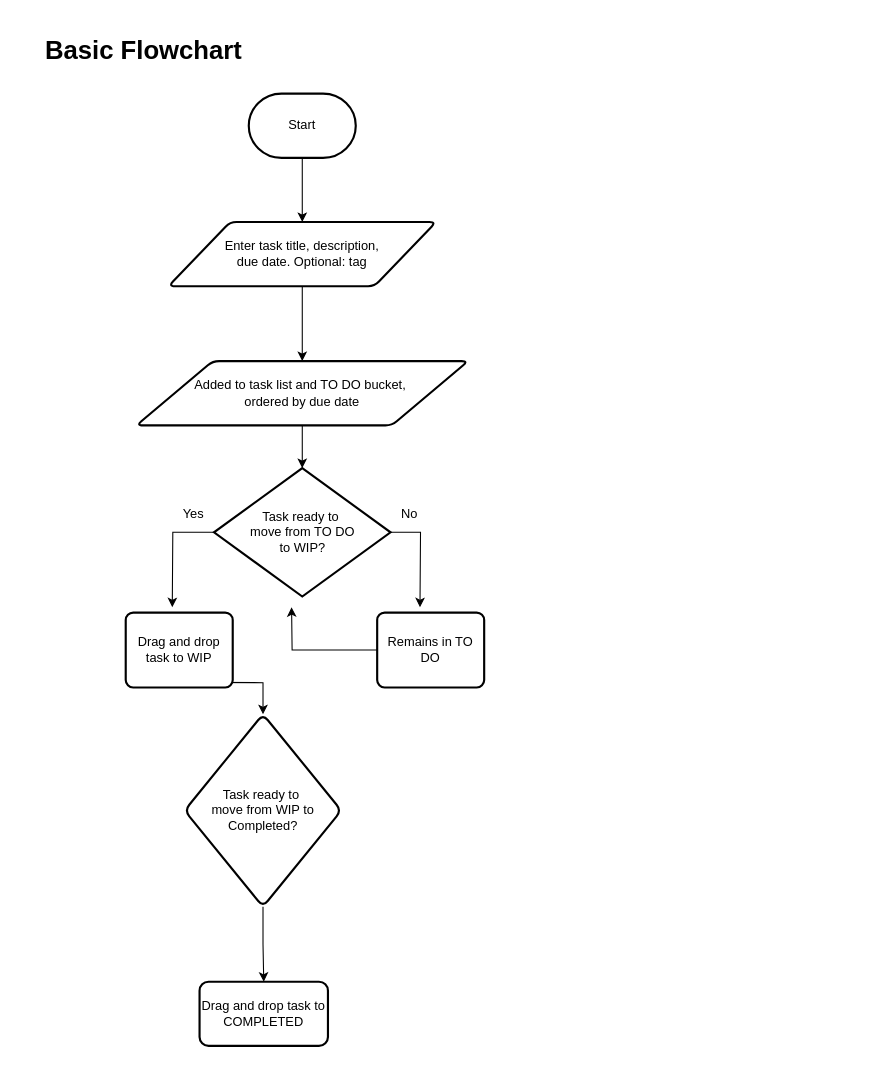
This is Untitled Diagram.drawio from prahdigy/CPSC-362-Group-7-Task-Management-System-, a draw.io file, before an edit. Source tidied: cells renumbered, new cells numbered last; positions are measured from the earlier drawing's top-left corner, leaving out a move shared by most shapes. Both pictures are drawn from the tidied source at 107%, with x=0, y=0 at pixel (40, 29).
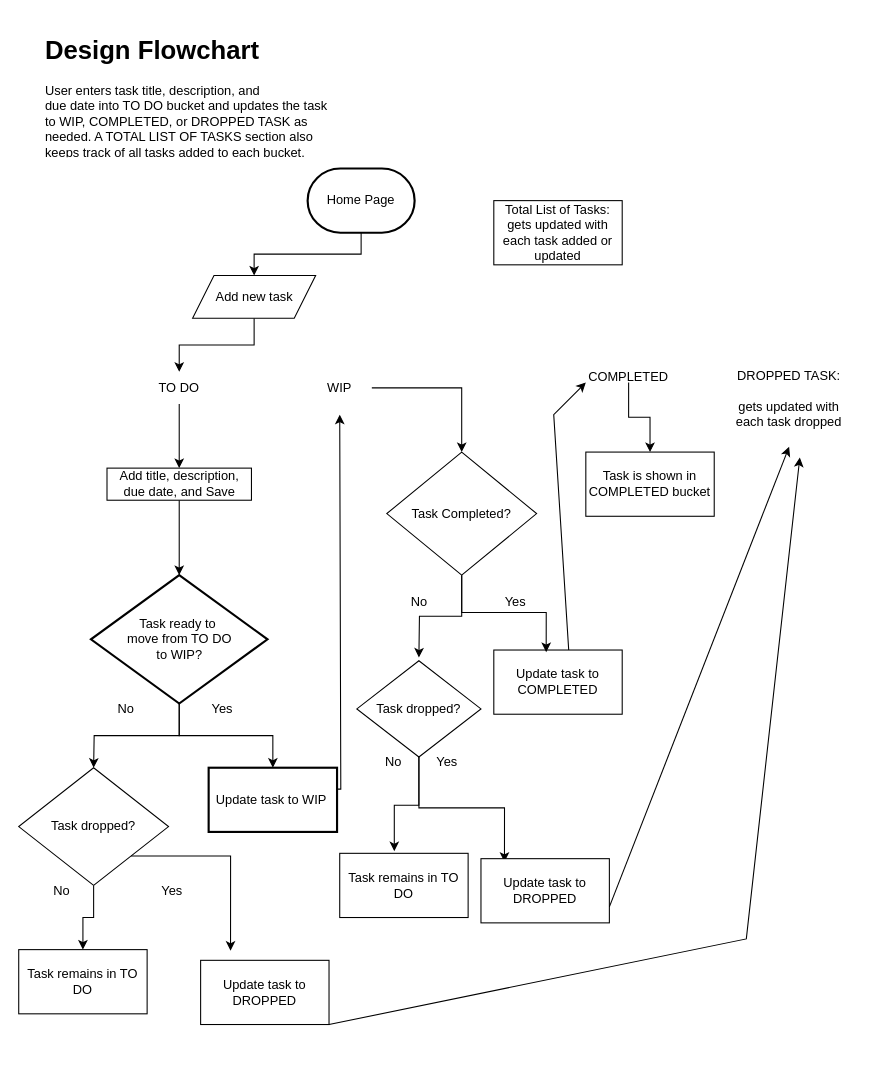
The same page after the edit.

Change to the diagram source:
```diff
@@
-    <mxCell id="2" value="&lt;h1&gt;Basic Flowchart&lt;/h1&gt;&lt;p&gt;&lt;br&gt;&lt;/p&gt;&lt;p&gt;&lt;br&gt;&lt;/p&gt;" style="text;html=1;spacing=5;spacingTop=-20;whiteSpace=wrap;overflow=hidden;rounded=0;" parent="1" vertex="1">
-      <mxGeometry width="280" height="40" as="geometry" />
+    <mxCell id="2" value="&lt;h1&gt;Design Flowchart&lt;/h1&gt;&lt;div&gt;User enters task title, description, and&lt;br style=&quot;border-color: var(--border-color); text-align: center;&quot;&gt;&lt;span style=&quot;text-align: center;&quot;&gt;due date into TO DO bucket and updates the task to WIP, COMPLETED, or DROPPED TASK as needed. A TOTAL LIST OF TASKS section also keeps track of all tasks added to each bucket.&lt;/span&gt;&lt;br&gt;&lt;/div&gt;&lt;p&gt;&lt;br&gt;&lt;/p&gt;&lt;p&gt;&lt;br&gt;&lt;/p&gt;" style="text;html=1;spacing=5;spacingTop=-20;whiteSpace=wrap;overflow=hidden;rounded=0;" parent="1" vertex="1">
+      <mxGeometry width="280" height="120" as="geometry" />
     </mxCell>
-    <mxCell id="3" style="edgeStyle=orthogonalEdgeStyle;rounded=0;jettySize=auto;html=1;entryX=0.75;entryY=0;entryDx=0;entryDy=0;" parent="1" edge="1" source="5">
-      <mxGeometry relative="1" as="geometry">
-        <mxPoint x="123.5" y="540" as="targetPoint" />
-      </mxGeometry>
-    </mxCell>
-    <mxCell id="4" style="edgeStyle=orthogonalEdgeStyle;rounded=0;jettySize=auto;html=1;" parent="1" edge="1" source="5">
-      <mxGeometry relative="1" as="geometry">
-        <mxPoint x="355" y="540" as="targetPoint" />
-      </mxGeometry>
-    </mxCell>
+    <mxCell id="21" style="edgeStyle=orthogonalEdgeStyle;rounded=0;jettySize=auto;html=1;" parent="1" edge="1" source="5" target="36">
+      <mxGeometry relative="1" as="geometry" />
+    </mxCell>
+    <mxCell id="22" style="edgeStyle=orthogonalEdgeStyle;rounded=0;jettySize=auto;html=1;" parent="1" edge="1" source="5">
+      <mxGeometry relative="1" as="geometry">
+        <mxPoint x="50" y="690" as="targetPoint" />
+      </mxGeometry>
+    </mxCell>
     <mxCell id="5" value="Task ready to&amp;nbsp;&lt;br&gt;move from TO DO &lt;br&gt;to WIP?" style="strokeWidth=2;html=1;shape=mxgraph.flowchart.decision;whiteSpace=wrap;" parent="1" vertex="1">
-      <mxGeometry x="162.5" y="410" width="165" height="120" as="geometry" />
+      <mxGeometry x="47.5" y="510" width="165" height="120" as="geometry" />
     </mxCell>
-    <mxCell id="6" style="edgeStyle=orthogonalEdgeStyle;rounded=0;jettySize=auto;html=1;" parent="1" edge="1" source="7" target="9">
-      <mxGeometry relative="1" as="geometry" />
-    </mxCell>
+    <mxCell id="23" style="edgeStyle=orthogonalEdgeStyle;rounded=0;jettySize=auto;html=1;" parent="1" edge="1" source="7" target="32">
+      <mxGeometry relative="1" as="geometry" />
+    </mxCell>
-    <mxCell id="7" value="Start" style="strokeWidth=2;html=1;shape=mxgraph.flowchart.terminator;whiteSpace=wrap;" parent="1" vertex="1">
-      <mxGeometry x="195" y="60" width="100" height="60" as="geometry" />
+    <mxCell id="7" value="Home Page" style="strokeWidth=2;html=1;shape=mxgraph.flowchart.terminator;whiteSpace=wrap;" parent="1" vertex="1">
+      <mxGeometry x="250" y="130" width="100" height="60" as="geometry" />
     </mxCell>
-    <mxCell id="8" style="edgeStyle=orthogonalEdgeStyle;rounded=0;jettySize=auto;html=1;" parent="1" edge="1" source="9" target="11">
-      <mxGeometry relative="1" as="geometry" />
-    </mxCell>
-    <mxCell id="9" value="Enter task title, description, &lt;br&gt;due date. Optional: tag" style="shape=parallelogram;html=1;strokeWidth=2;perimeter=parallelogramPerimeter;whiteSpace=wrap;rounded=1;arcSize=12;size=0.23;" parent="1" vertex="1">
-      <mxGeometry x="120" y="180" width="250" height="60" as="geometry" />
-    </mxCell>
-    <mxCell id="10" style="edgeStyle=orthogonalEdgeStyle;rounded=0;jettySize=auto;html=1;" parent="1" edge="1" source="11" target="5">
-      <mxGeometry relative="1" as="geometry" />
-    </mxCell>
-    <mxCell id="11" value="Added to task list and TO DO bucket,&amp;nbsp;&lt;br&gt;ordered by due date" style="shape=parallelogram;html=1;strokeWidth=2;perimeter=parallelogramPerimeter;whiteSpace=wrap;rounded=1;arcSize=12;size=0.23;" parent="1" vertex="1">
-      <mxGeometry x="90" y="310" width="310" height="60" as="geometry" />
-    </mxCell>
-    <mxCell id="12" style="edgeStyle=orthogonalEdgeStyle;rounded=0;jettySize=auto;html=1;" parent="1" edge="1" target="19">
-      <mxGeometry relative="1" as="geometry">
-        <mxPoint x="98.5" y="610" as="sourcePoint" />
-      </mxGeometry>
-    </mxCell>
-    <mxCell id="13" value="Drag and drop task to WIP" style="rounded=1;whiteSpace=wrap;html=1;absoluteArcSize=1;arcSize=14;strokeWidth=2;" parent="1" vertex="1">
-      <mxGeometry x="80" y="545" width="100" height="70" as="geometry" />
-    </mxCell>
-    <mxCell id="14" style="edgeStyle=orthogonalEdgeStyle;rounded=0;jettySize=auto;html=1;" parent="1" edge="1" source="15">
-      <mxGeometry relative="1" as="geometry">
-        <mxPoint x="235" y="540" as="targetPoint" />
-      </mxGeometry>
-    </mxCell>
-    <mxCell id="15" value="Remains in TO DO" style="rounded=1;whiteSpace=wrap;html=1;absoluteArcSize=1;arcSize=14;strokeWidth=2;" parent="1" vertex="1">
-      <mxGeometry x="315" y="545" width="100" height="70" as="geometry" />
-    </mxCell>
+    <mxCell id="17" value="No" style="text;html=1;align=center;verticalAlign=middle;strokeColor=none;fillColor=none;" parent="1" vertex="1">
+      <mxGeometry x="60" y="620" width="40" height="30" as="geometry" />
+    </mxCell>
+    <mxCell id="24" style="edgeStyle=orthogonalEdgeStyle;rounded=0;jettySize=auto;html=1;" parent="1" edge="1" source="25" target="38">
+      <mxGeometry relative="1" as="geometry" />
+    </mxCell>
+    <mxCell id="25" value="WIP" style="text;html=1;align=center;verticalAlign=middle;whiteSpace=wrap;rounded=0;" parent="1" vertex="1">
+      <mxGeometry x="250" y="320" width="60" height="30" as="geometry" />
+    </mxCell>
+    <mxCell id="26" style="edgeStyle=orthogonalEdgeStyle;rounded=0;jettySize=auto;html=1;" parent="1" edge="1" source="27" target="34">
+      <mxGeometry relative="1" as="geometry" />
+    </mxCell>
+    <mxCell id="27" value="TO DO" style="text;html=1;align=center;verticalAlign=middle;whiteSpace=wrap;rounded=0;" parent="1" vertex="1">
+      <mxGeometry x="100" y="320" width="60" height="30" as="geometry" />
+    </mxCell>
+    <mxCell id="28" style="edgeStyle=orthogonalEdgeStyle;rounded=0;jettySize=auto;html=1;" parent="1" edge="1" source="29" target="58">
+      <mxGeometry relative="1" as="geometry" />
+    </mxCell>
+    <mxCell id="29" value="COMPLETED" style="text;html=1;align=center;verticalAlign=middle;whiteSpace=wrap;rounded=0;" parent="1" vertex="1">
+      <mxGeometry x="520" y="320" width="60" height="10" as="geometry" />
+    </mxCell>
+    <mxCell id="30" value="DROPPED TASK:&lt;br&gt;&lt;br&gt;gets updated with each task dropped" style="text;html=1;align=center;verticalAlign=middle;whiteSpace=wrap;rounded=0;" parent="1" vertex="1">
+      <mxGeometry x="640" y="330" width="120" height="30" as="geometry" />
+    </mxCell>
+    <mxCell id="31" style="edgeStyle=orthogonalEdgeStyle;rounded=0;jettySize=auto;html=1;" parent="1" edge="1" source="32" target="27">
+      <mxGeometry relative="1" as="geometry" />
+    </mxCell>
+    <mxCell id="32" value="Add new task" style="shape=parallelogram;perimeter=parallelogramPerimeter;whiteSpace=wrap;html=1;fixedSize=1;" parent="1" vertex="1">
+      <mxGeometry x="142.5" y="230" width="115" height="40" as="geometry" />
+    </mxCell>
+    <mxCell id="33" style="edgeStyle=orthogonalEdgeStyle;rounded=0;jettySize=auto;html=1;" parent="1" edge="1" source="34" target="5">
+      <mxGeometry relative="1" as="geometry" />
+    </mxCell>
+    <mxCell id="34" value="Add title, description, due date, and Save" style="rounded=0;whiteSpace=wrap;html=1;" parent="1" vertex="1">
+      <mxGeometry x="62.5" y="410" width="135" height="30" as="geometry" />
+    </mxCell>
     <mxCell id="16" value="Yes" style="text;html=1;align=center;verticalAlign=middle;strokeColor=none;fillColor=none;" parent="1" vertex="1">
-      <mxGeometry x="122.5" y="438" width="40" height="30" as="geometry" />
+      <mxGeometry x="150" y="620" width="40" height="30" as="geometry" />
     </mxCell>
-    <mxCell id="17" value="No" style="text;html=1;align=center;verticalAlign=middle;strokeColor=none;fillColor=none;" parent="1" vertex="1">
-      <mxGeometry x="325" y="438" width="40" height="30" as="geometry" />
-    </mxCell>
-    <mxCell id="18" style="edgeStyle=orthogonalEdgeStyle;rounded=0;jettySize=auto;html=1;" parent="1" edge="1" source="19" target="20">
-      <mxGeometry relative="1" as="geometry" />
-    </mxCell>
-    <mxCell id="19" value="Task ready to&amp;nbsp;&lt;br style=&quot;border-color: var(--border-color);&quot;&gt;move from WIP to Completed?" style="rhombus;whiteSpace=wrap;html=1;rounded=1;arcSize=14;strokeWidth=2;" parent="1" vertex="1">
-      <mxGeometry x="135" y="640" width="146.5" height="180" as="geometry" />
-    </mxCell>
-    <mxCell id="20" value="Drag and drop task to COMPLETED" style="whiteSpace=wrap;html=1;rounded=1;arcSize=14;strokeWidth=2;" parent="1" vertex="1">
-      <mxGeometry x="149" y="890" width="120" height="60" as="geometry" />
-    </mxCell>
+    <mxCell id="35" style="edgeStyle=orthogonalEdgeStyle;rounded=0;jettySize=auto;html=1;" parent="1" edge="1" source="36">
+      <mxGeometry relative="1" as="geometry">
+        <mxPoint x="280" y="360" as="targetPoint" />
+        <Array as="points">
+          <mxPoint x="281" y="710" />
+        </Array>
+      </mxGeometry>
+    </mxCell>
+    <mxCell id="36" value="Update task to WIP&amp;nbsp;" style="whiteSpace=wrap;html=1;strokeWidth=2;" parent="1" vertex="1">
+      <mxGeometry x="157.5" y="690" width="120" height="60" as="geometry" />
+    </mxCell>
+    <mxCell id="37" value="Total List of Tasks:&lt;br&gt;gets updated with each task added or updated" style="rounded=0;whiteSpace=wrap;html=1;" parent="1" vertex="1">
+      <mxGeometry x="424" y="160" width="120" height="60" as="geometry" />
+    </mxCell>
+    <mxCell id="38" value="Task Completed?" style="rhombus;whiteSpace=wrap;html=1;" parent="1" vertex="1">
+      <mxGeometry x="324" y="395" width="140" height="115" as="geometry" />
+    </mxCell>
+    <mxCell id="39" style="edgeStyle=orthogonalEdgeStyle;rounded=0;jettySize=auto;html=1;" parent="1" edge="1" source="40" target="41">
+      <mxGeometry relative="1" as="geometry" />
+    </mxCell>
+    <mxCell id="40" value="Task dropped?" style="rhombus;whiteSpace=wrap;html=1;" parent="1" vertex="1">
+      <mxGeometry x="-20" y="690" width="140" height="110" as="geometry" />
+    </mxCell>
+    <mxCell id="41" value="Task remains in TO DO" style="whiteSpace=wrap;html=1;" parent="1" vertex="1">
+      <mxGeometry x="-20" y="860" width="120" height="60" as="geometry" />
+    </mxCell>
+    <mxCell id="42" style="edgeStyle=orthogonalEdgeStyle;rounded=0;jettySize=auto;html=1;exitX=1;exitY=1;exitDx=0;exitDy=0;entryX=0.233;entryY=-0.15;entryDx=0;entryDy=0;entryPerimeter=0;" parent="1" edge="1" source="40" target="56">
+      <mxGeometry relative="1" as="geometry" />
+    </mxCell>
+    <mxCell id="43" value="No" style="text;html=1;align=center;verticalAlign=middle;strokeColor=none;fillColor=none;" parent="1" vertex="1">
+      <mxGeometry y="790" width="40" height="30" as="geometry" />
+    </mxCell>
+    <mxCell id="44" value="Yes" style="text;html=1;align=center;verticalAlign=middle;strokeColor=none;fillColor=none;" parent="1" vertex="1">
+      <mxGeometry x="102.5" y="790" width="40" height="30" as="geometry" />
+    </mxCell>
+    <mxCell id="45" value="No" style="text;html=1;align=center;verticalAlign=middle;strokeColor=none;fillColor=none;" parent="1" vertex="1">
+      <mxGeometry x="334" y="520" width="40" height="30" as="geometry" />
+    </mxCell>
+    <mxCell id="46" value="Yes" style="text;html=1;align=center;verticalAlign=middle;strokeColor=none;fillColor=none;" parent="1" vertex="1">
+      <mxGeometry x="424" y="520" width="40" height="30" as="geometry" />
+    </mxCell>
+    <mxCell id="47" value="Update task to COMPLETED" style="whiteSpace=wrap;html=1;" parent="1" vertex="1">
+      <mxGeometry x="424" y="580" width="120" height="60" as="geometry" />
+    </mxCell>
+    <mxCell id="48" style="edgeStyle=orthogonalEdgeStyle;rounded=0;jettySize=auto;html=1;exitX=0.5;exitY=1;exitDx=0;exitDy=0;entryX=0.5;entryY=0.117;entryDx=0;entryDy=0;entryPerimeter=0;" parent="1" edge="1" source="38">
+      <mxGeometry relative="1" as="geometry">
+        <mxPoint x="354" y="587" as="targetPoint" />
+      </mxGeometry>
+    </mxCell>
+    <mxCell id="49" style="edgeStyle=orthogonalEdgeStyle;rounded=0;jettySize=auto;html=1;exitX=0.5;exitY=1;exitDx=0;exitDy=0;entryX=0.408;entryY=0.033;entryDx=0;entryDy=0;entryPerimeter=0;" parent="1" edge="1" source="38" target="47">
+      <mxGeometry relative="1" as="geometry" />
+    </mxCell>
+    <mxCell id="50" style="edgeStyle=orthogonalEdgeStyle;rounded=0;jettySize=auto;html=1;exitX=0.5;exitY=1;exitDx=0;exitDy=0;entryX=0.425;entryY=-0.033;entryDx=0;entryDy=0;entryPerimeter=0;" parent="1" edge="1" source="52" target="55">
+      <mxGeometry relative="1" as="geometry" />
+    </mxCell>
+    <mxCell id="51" style="edgeStyle=orthogonalEdgeStyle;rounded=0;jettySize=auto;html=1;exitX=0.5;exitY=1;exitDx=0;exitDy=0;entryX=0.183;entryY=0.05;entryDx=0;entryDy=0;entryPerimeter=0;" parent="1" edge="1" source="52" target="57">
+      <mxGeometry relative="1" as="geometry" />
+    </mxCell>
+    <mxCell id="52" value="Task dropped?" style="rhombus;whiteSpace=wrap;html=1;" parent="1" vertex="1">
+      <mxGeometry x="296" y="590" width="116" height="90" as="geometry" />
+    </mxCell>
+    <mxCell id="53" value="No" style="text;html=1;align=center;verticalAlign=middle;strokeColor=none;fillColor=none;" parent="1" vertex="1">
+      <mxGeometry x="310" y="670" width="40" height="30" as="geometry" />
+    </mxCell>
+    <mxCell id="54" value="Yes" style="text;html=1;align=center;verticalAlign=middle;strokeColor=none;fillColor=none;" parent="1" vertex="1">
+      <mxGeometry x="360" y="670" width="40" height="30" as="geometry" />
+    </mxCell>
+    <mxCell id="55" value="Task remains in TO DO" style="whiteSpace=wrap;html=1;" parent="1" vertex="1">
+      <mxGeometry x="280" y="770" width="120" height="60" as="geometry" />
+    </mxCell>
+    <mxCell id="56" value="Update task to DROPPED" style="rounded=0;whiteSpace=wrap;html=1;" parent="1" vertex="1">
+      <mxGeometry x="150" y="870" width="120" height="60" as="geometry" />
+    </mxCell>
+    <mxCell id="57" value="Update task to DROPPED" style="rounded=0;whiteSpace=wrap;html=1;" parent="1" vertex="1">
+      <mxGeometry x="412" y="775" width="120" height="60" as="geometry" />
+    </mxCell>
+    <mxCell id="58" value="Task is shown in COMPLETED bucket" style="rounded=0;whiteSpace=wrap;html=1;" parent="1" vertex="1">
+      <mxGeometry x="510" y="395" width="120" height="60" as="geometry" />
+    </mxCell>
+    <mxCell id="59" style="endArrow=classic;html=1;rounded=0;" parent="1" edge="1">
+      <mxGeometry relative="1" as="geometry">
+        <mxPoint x="494" y="580" as="sourcePoint" />
+        <mxPoint x="510" y="330" as="targetPoint" />
+        <Array as="points">
+          <mxPoint x="480" y="360" />
+        </Array>
+      </mxGeometry>
+    </mxCell>
+    <mxCell id="60" style="endArrow=classic;html=1;rounded=0;" parent="1" edge="1">
+      <mxGeometry relative="1" as="geometry">
+        <mxPoint x="532" y="820" as="sourcePoint" />
+        <mxPoint x="700" y="390" as="targetPoint" />
+      </mxGeometry>
+    </mxCell>
+    <mxCell id="61" style="endArrow=classic;html=1;rounded=0;" parent="1" edge="1">
+      <mxGeometry relative="1" as="geometry">
+        <mxPoint x="270" y="930" as="sourcePoint" />
+        <mxPoint x="710" y="400" as="targetPoint" />
+        <Array as="points">
+          <mxPoint x="660" y="850" />
+        </Array>
+      </mxGeometry>
+    </mxCell>
```
